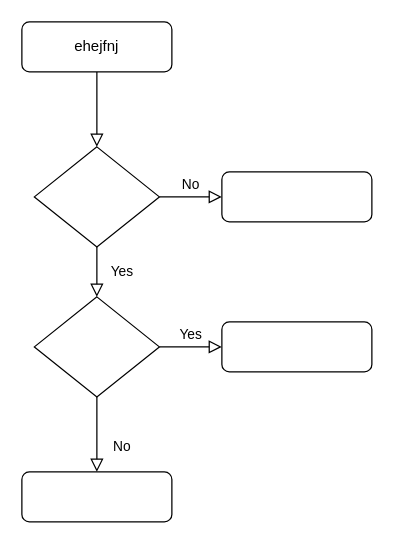
The draw.io diagram Untitled Diagram.drawio in TeisBajs/SoftwareKonstruktion, before the edit. Source tidied: cells renumbered, new cells numbered last; positions are measured from the earlier drawing's top-left corner, leaving out a move shared by most shapes. Both pictures are drawn from the tidied source at 125%, with x=0, y=0 at pixel (21, 21).
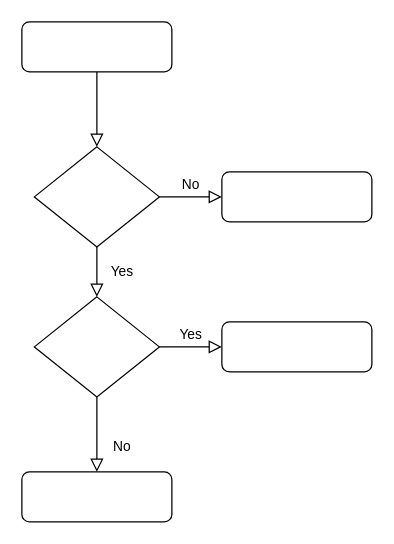
The same page after the edit.

What changed in the source:
```diff
@@
 <mxGraphModel>
   <root>
     <mxCell id="0" />
     <mxCell id="1" parent="0" />
     <mxCell id="2" style="rounded=0;html=1;jettySize=auto;fontSize=11;endArrow=block;endFill=0;endSize=8;strokeWidth=1;shadow=0;labelBackgroundColor=none;edgeStyle=orthogonalEdgeStyle;" parent="1" edge="1" source="3" target="6">
       <mxGeometry relative="1" as="geometry" />
     </mxCell>
-    <mxCell id="3" value="ehejfnj" style="rounded=1;whiteSpace=wrap;html=1;fontSize=12;glass=0;strokeWidth=1;shadow=0;" parent="1" vertex="1">
+    <mxCell id="3" style="rounded=1;whiteSpace=wrap;html=1;fontSize=12;glass=0;strokeWidth=1;shadow=0;" parent="1" vertex="1">
       <mxGeometry width="120" height="40" as="geometry" />
     </mxCell>
     <mxCell id="4" value="Yes" style="rounded=0;html=1;jettySize=auto;fontSize=11;endArrow=block;endFill=0;endSize=8;strokeWidth=1;shadow=0;labelBackgroundColor=none;edgeStyle=orthogonalEdgeStyle;" parent="1" edge="1" source="6" target="10">
       <mxGeometry y="20" relative="1" as="geometry" />
     </mxCell>
     <mxCell id="5" value="No" style="edgeStyle=orthogonalEdgeStyle;rounded=0;html=1;jettySize=auto;fontSize=11;endArrow=block;endFill=0;endSize=8;strokeWidth=1;shadow=0;labelBackgroundColor=none;" parent="1" edge="1" source="6" target="7">
       <mxGeometry y="10" relative="1" as="geometry" />
     </mxCell>
     <mxCell id="6" style="rhombus;whiteSpace=wrap;html=1;shadow=0;fontFamily=Helvetica;fontSize=12;align=center;strokeWidth=1;spacing=6;spacingTop=-4;" parent="1" vertex="1">
       <mxGeometry x="10" y="100" width="100" height="80" as="geometry" />
     </mxCell>
     <mxCell id="7" style="rounded=1;whiteSpace=wrap;html=1;fontSize=12;glass=0;strokeWidth=1;shadow=0;" parent="1" vertex="1">
       <mxGeometry x="160" y="120" width="120" height="40" as="geometry" />
     </mxCell>
     <mxCell id="8" value="No" style="rounded=0;html=1;jettySize=auto;fontSize=11;endArrow=block;endFill=0;endSize=8;strokeWidth=1;shadow=0;labelBackgroundColor=none;edgeStyle=orthogonalEdgeStyle;" parent="1" edge="1" source="10" target="11">
       <mxGeometry x="0.33" y="20" relative="1" as="geometry" />
     </mxCell>
     <mxCell id="9" value="Yes" style="edgeStyle=orthogonalEdgeStyle;rounded=0;html=1;jettySize=auto;fontSize=11;endArrow=block;endFill=0;endSize=8;strokeWidth=1;shadow=0;labelBackgroundColor=none;" parent="1" edge="1" source="10" target="12">
       <mxGeometry y="10" relative="1" as="geometry" />
     </mxCell>
     <mxCell id="10" style="rhombus;whiteSpace=wrap;html=1;shadow=0;fontFamily=Helvetica;fontSize=12;align=center;strokeWidth=1;spacing=6;spacingTop=-4;" parent="1" vertex="1">
       <mxGeometry x="10" y="220" width="100" height="80" as="geometry" />
     </mxCell>
     <mxCell id="11" style="rounded=1;whiteSpace=wrap;html=1;fontSize=12;glass=0;strokeWidth=1;shadow=0;" parent="1" vertex="1">
       <mxGeometry y="360" width="120" height="40" as="geometry" />
     </mxCell>
     <mxCell id="12" style="rounded=1;whiteSpace=wrap;html=1;fontSize=12;glass=0;strokeWidth=1;shadow=0;" parent="1" vertex="1">
       <mxGeometry x="160" y="240" width="120" height="40" as="geometry" />
     </mxCell>
   </root>
 </mxGraphModel>
```
